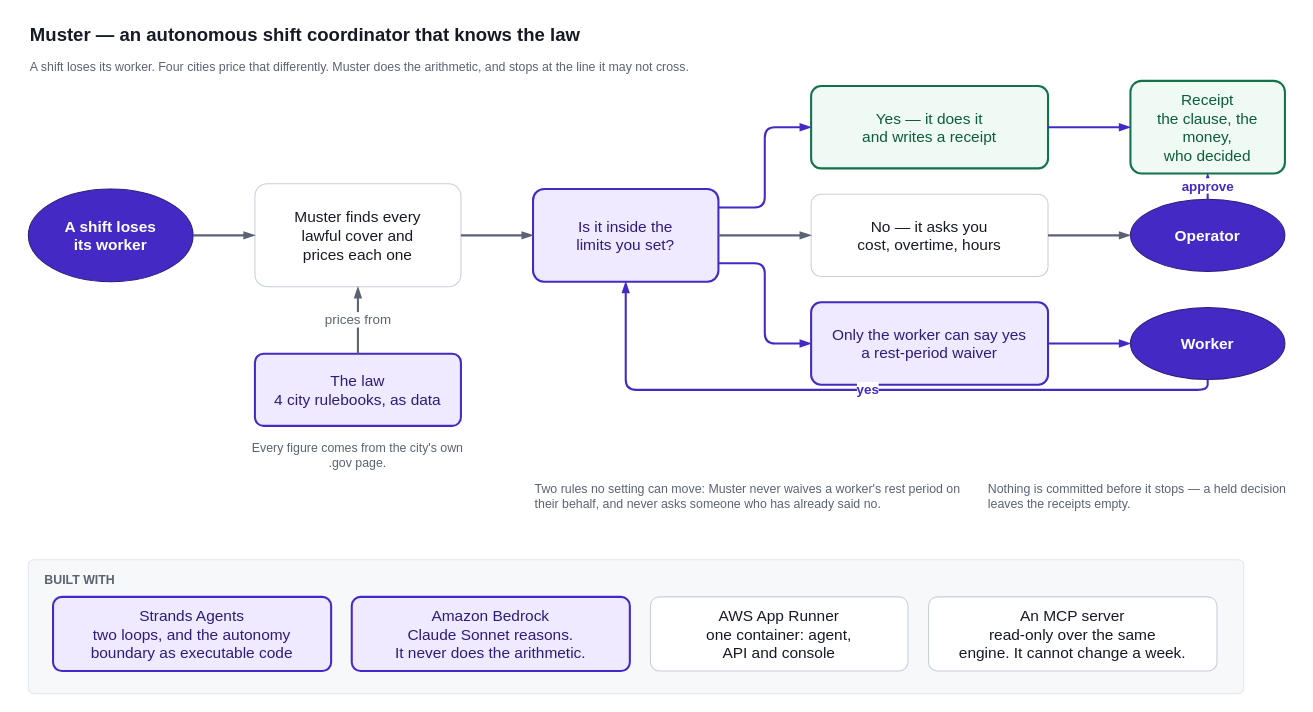
Before: page "How it works" (1 of 2) of docs/diagrams/muster-architecture.drawio in smithadams0019/muster, a draw.io diagram. Source tidied: cells renumbered, new cells numbered last; positions are measured from the earlier drawing's top-left corner, leaving out a move shared by most shapes. Both pictures are drawn from the tidied source at 103%, with x=0, y=0 at pixel (28, 18).
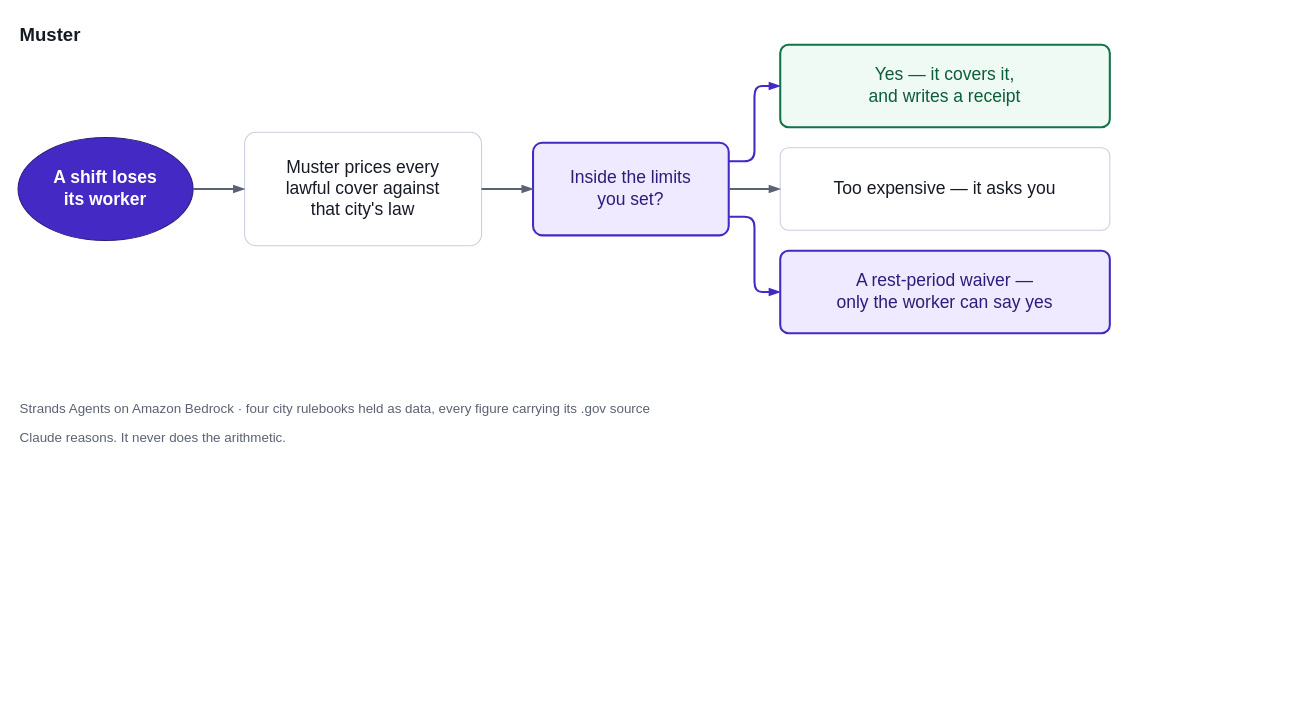
The same diagram, later.

Commit message (it also covers changes not shown here):
docs(muster): cut the architecture page to six boxes

The edit, as a diff of the source:
```diff
@@
-    <mxCell id="2" value="Muster — an autonomous shift coordinator that knows the law" style="text;html=1;whiteSpace=wrap;align=left;verticalAlign=middle;fontSize=18;fontStyle=1;fontColor=#161a25;" parent="1" vertex="1">
-      <mxGeometry width="900" height="34" as="geometry" />
+    <mxCell id="2" value="Muster" style="text;html=1;whiteSpace=wrap;align=left;verticalAlign=middle;fontSize=18;fontStyle=1;fontColor=#161a25;" parent="1" vertex="1">
+      <mxGeometry x="-10" width="300" height="34" as="geometry" />
     </mxCell>
-    <mxCell id="3" value="A shift loses its worker. Four cities price that differently. Muster does the arithmetic, and stops at the line it may not cross." style="text;html=1;whiteSpace=wrap;align=left;verticalAlign=top;fontSize=12;fontColor=#5a6273;" parent="1" vertex="1">
-      <mxGeometry y="34" width="900" height="24" as="geometry" />
-    </mxCell>
-    <mxCell id="4" value="A shift loses&lt;br&gt;its worker" style="ellipse;whiteSpace=wrap;html=1;fillColor=#4429c4;strokeColor=#2f1b7a;fontSize=15;fontColor=#ffffff;fontStyle=1;" parent="1" vertex="1">
-      <mxGeometry y="166" width="160" height="90" as="geometry" />
+    <mxCell id="4" value="A shift loses&lt;br&gt;its worker" style="ellipse;whiteSpace=wrap;html=1;fillColor=#4429c4;strokeColor=#2f1b7a;fontSize=17;fontColor=#ffffff;fontStyle=1;" parent="1" vertex="1">
+      <mxGeometry x="-10" y="116" width="170" height="100" as="geometry" />
     </mxCell>
-    <mxCell id="5" value="Muster finds every&lt;br&gt;lawful cover and&lt;br&gt;prices each one" style="rounded=1;whiteSpace=wrap;html=1;fillColor=#ffffff;strokeColor=#c9cede;fontSize=15;fontColor=#161a25;arcSize=12;spacing=10;" parent="1" vertex="1">
-      <mxGeometry x="220" y="161" width="200" height="100" as="geometry" />
+    <mxCell id="5" value="Muster prices every&lt;br&gt;lawful cover against&lt;br&gt;that city's law" style="rounded=1;whiteSpace=wrap;html=1;fillColor=#ffffff;strokeColor=#c9cede;fontSize=17;fontColor=#161a25;arcSize=10;spacing=12;" parent="1" vertex="1">
+      <mxGeometry x="210" y="111" width="230" height="110" as="geometry" />
     </mxCell>
-    <mxCell id="6" value="The law&lt;br&gt;4 city rulebooks, as data" style="rounded=1;whiteSpace=wrap;html=1;fillColor=#efeaff;strokeColor=#4429c4;strokeWidth=2;fontSize=15;fontColor=#2f1b7a;arcSize=12;spacing=10;" parent="1" vertex="1">
-      <mxGeometry x="220" y="326" width="200" height="70" as="geometry" />
+    <mxCell id="6" value="Inside the limits&lt;br&gt;you set?" style="rounded=1;whiteSpace=wrap;html=1;fillColor=#efeaff;strokeColor=#4429c4;strokeWidth=2;fontSize=17;fontColor=#2f1b7a;arcSize=10;spacing=12;" parent="1" vertex="1">
+      <mxGeometry x="490" y="121" width="190" height="90" as="geometry" />
     </mxCell>
-    <mxCell id="7" value="Is it inside the&lt;br&gt;limits you set?" style="rounded=1;whiteSpace=wrap;html=1;fillColor=#efeaff;strokeColor=#4429c4;strokeWidth=2;fontSize=15;fontColor=#2f1b7a;arcSize=12;spacing=10;" parent="1" vertex="1">
-      <mxGeometry x="490" y="166" width="180" height="90" as="geometry" />
-    </mxCell>
-    <mxCell id="8" value="Yes — it does it&lt;br&gt;and writes a receipt" style="rounded=1;whiteSpace=wrap;html=1;fillColor=#eefaf3;strokeColor=#12734a;strokeWidth=2;fontSize=15;fontColor=#0d5c3a;arcSize=12;spacing=10;" parent="1" vertex="1">
-      <mxGeometry x="760" y="66" width="230" height="80" as="geometry" />
+    <mxCell id="8" value="Yes — it covers it,&lt;br&gt;and writes a receipt" style="rounded=1;whiteSpace=wrap;html=1;fillColor=#eefaf3;strokeColor=#12734a;strokeWidth=2;fontSize=17;fontColor=#0d5c3a;arcSize=10;spacing=12;" parent="1" vertex="1">
+      <mxGeometry x="730" y="26" width="320" height="80" as="geometry" />
     </mxCell>
-    <mxCell id="9" value="No — it asks you&lt;br&gt;cost, overtime, hours" style="rounded=1;whiteSpace=wrap;html=1;fillColor=#ffffff;strokeColor=#c9cede;fontSize=15;fontColor=#161a25;arcSize=12;spacing=10;" parent="1" vertex="1">
-      <mxGeometry x="760" y="171" width="230" height="80" as="geometry" />
+    <mxCell id="9" value="Too expensive — it asks you" style="rounded=1;whiteSpace=wrap;html=1;fillColor=#ffffff;strokeColor=#c9cede;fontSize=17;fontColor=#161a25;arcSize=10;spacing=12;" parent="1" vertex="1">
+      <mxGeometry x="730" y="126" width="320" height="80" as="geometry" />
     </mxCell>
-    <mxCell id="10" value="Only the worker can say yes&lt;br&gt;a rest-period waiver" style="rounded=1;whiteSpace=wrap;html=1;fillColor=#efeaff;strokeColor=#4429c4;strokeWidth=2;fontSize=15;fontColor=#2f1b7a;arcSize=12;spacing=10;" parent="1" vertex="1">
-      <mxGeometry x="760" y="276" width="230" height="80" as="geometry" />
+    <mxCell id="10" value="A rest-period waiver —&lt;br&gt;only the worker can say yes" style="rounded=1;whiteSpace=wrap;html=1;fillColor=#efeaff;strokeColor=#4429c4;strokeWidth=2;fontSize=17;fontColor=#2f1b7a;arcSize=10;spacing=12;" parent="1" vertex="1">
+      <mxGeometry x="730" y="226" width="320" height="80" as="geometry" />
     </mxCell>
-    <mxCell id="11" value="Operator" style="ellipse;whiteSpace=wrap;html=1;fillColor=#4429c4;strokeColor=#2f1b7a;fontSize=15;fontColor=#ffffff;fontStyle=1;" parent="1" vertex="1">
-      <mxGeometry x="1070" y="176" width="150" height="70" as="geometry" />
-    </mxCell>
-    <mxCell id="12" value="Worker" style="ellipse;whiteSpace=wrap;html=1;fillColor=#4429c4;strokeColor=#2f1b7a;fontSize=15;fontColor=#ffffff;fontStyle=1;" parent="1" vertex="1">
-      <mxGeometry x="1070" y="281" width="150" height="70" as="geometry" />
-    </mxCell>
-    <mxCell id="13" value="Receipt&lt;br&gt;the clause, the money,&lt;br&gt;who decided" style="rounded=1;whiteSpace=wrap;html=1;fillColor=#eefaf3;strokeColor=#12734a;strokeWidth=2;fontSize=15;fontColor=#0d5c3a;arcSize=12;spacing=10;" parent="1" vertex="1">
-      <mxGeometry x="1070" y="61" width="150" height="90" as="geometry" />
-    </mxCell>
-    <mxCell id="14" value="Every figure comes from the city's own .gov page." style="text;html=1;whiteSpace=wrap;align=center;verticalAlign=top;fontSize=12;fontColor=#5a6273;" parent="1" vertex="1">
-      <mxGeometry x="210" y="404" width="220" height="40" as="geometry" />
-    </mxCell>
-    <mxCell id="15" value="Two rules no setting can move: Muster never waives a worker's rest period on their behalf, and never asks someone who has already said no." style="text;html=1;whiteSpace=wrap;align=left;verticalAlign=top;fontSize=12;fontColor=#5a6273;" parent="1" vertex="1">
-      <mxGeometry x="490" y="444" width="420" height="44" as="geometry" />
-    </mxCell>
-    <mxCell id="16" value="Nothing is committed before it stops — a held decision leaves the receipts empty." style="text;html=1;whiteSpace=wrap;align=left;verticalAlign=top;fontSize=12;fontColor=#5a6273;" parent="1" vertex="1">
-      <mxGeometry x="930" y="444" width="300" height="44" as="geometry" />
-    </mxCell>
-    <mxCell id="17" value="BUILT WITH" style="rounded=1;whiteSpace=wrap;html=1;fillColor=#f7f8fa;strokeColor=#e3e6ec;verticalAlign=top;align=left;spacingLeft=14;spacingTop=6;fontSize=12;fontStyle=1;fontColor=#5a6273;arcSize=4;" parent="1" vertex="1">
-      <mxGeometry y="526" width="1180" height="130" as="geometry" />
-    </mxCell>
-    <mxCell id="18" value="Strands Agents&lt;br&gt;two loops, and the autonomy&lt;br&gt;boundary as executable code" style="rounded=1;whiteSpace=wrap;html=1;fillColor=#efeaff;strokeColor=#4429c4;strokeWidth=2;fontSize=15;fontColor=#2f1b7a;arcSize=12;spacing=10;" parent="1" vertex="1">
-      <mxGeometry x="24" y="562" width="270" height="72" as="geometry" />
-    </mxCell>
-    <mxCell id="19" value="Amazon Bedrock&lt;br&gt;Claude Sonnet reasons.&lt;br&gt;It never does the arithmetic." style="rounded=1;whiteSpace=wrap;html=1;fillColor=#efeaff;strokeColor=#4429c4;strokeWidth=2;fontSize=15;fontColor=#2f1b7a;arcSize=12;spacing=10;" parent="1" vertex="1">
-      <mxGeometry x="314" y="562" width="270" height="72" as="geometry" />
-    </mxCell>
-    <mxCell id="20" value="AWS App Runner&lt;br&gt;one container: agent,&lt;br&gt;API and console" style="rounded=1;whiteSpace=wrap;html=1;fillColor=#ffffff;strokeColor=#c9cede;fontSize=15;fontColor=#161a25;arcSize=12;spacing=10;" parent="1" vertex="1">
-      <mxGeometry x="604" y="562" width="250" height="72" as="geometry" />
-    </mxCell>
-    <mxCell id="21" value="An MCP server&lt;br&gt;read-only over the same&lt;br&gt;engine. It cannot change a week." style="rounded=1;whiteSpace=wrap;html=1;fillColor=#ffffff;strokeColor=#c9cede;fontSize=15;fontColor=#161a25;arcSize=12;spacing=10;" parent="1" vertex="1">
-      <mxGeometry x="874" y="562" width="280" height="72" as="geometry" />
-    </mxCell>
+    <mxCell id="33" value="Strands Agents on Amazon Bedrock  ·  four city rulebooks held as data, every figure carrying its .gov source" style="text;html=1;whiteSpace=wrap;align=left;verticalAlign=middle;fontSize=13;fontColor=#5a6273;" parent="1" vertex="1">
+      <mxGeometry x="-10" y="366" width="1060" height="26" as="geometry" />
+    </mxCell>
+    <mxCell id="34" value="Claude reasons. It never does the arithmetic." style="text;html=1;whiteSpace=wrap;align=left;verticalAlign=middle;fontSize=13;fontColor=#5a6273;" parent="1" vertex="1">
+      <mxGeometry x="-10" y="394" width="1060" height="26" as="geometry" />
+    </mxCell>
-    <mxCell id="22" style="edgeStyle=orthogonalEdgeStyle;rounded=1;html=1;strokeColor=#5a6273;strokeWidth=2;fontSize=13;fontColor=#5a6273;endArrow=blockThin;endFill=1;labelBackgroundColor=#ffffff;" parent="1" edge="1" source="4" target="5">
+    <mxCell id="22" style="edgeStyle=orthogonalEdgeStyle;rounded=1;html=1;strokeColor=#5a6273;strokeWidth=2;fontSize=14;fontColor=#5a6273;endArrow=blockThin;endFill=1;labelBackgroundColor=#ffffff;" parent="1" edge="1" source="4" target="5">
       <mxGeometry relative="1" as="geometry" />
     </mxCell>
-    <mxCell id="23" value="prices from" style="edgeStyle=orthogonalEdgeStyle;rounded=1;html=1;strokeColor=#5a6273;strokeWidth=2;fontSize=13;fontColor=#5a6273;endArrow=blockThin;endFill=1;labelBackgroundColor=#ffffff;" parent="1" edge="1" source="6" target="5">
+    <mxCell id="23" style="edgeStyle=orthogonalEdgeStyle;rounded=1;html=1;strokeColor=#5a6273;strokeWidth=2;fontSize=14;fontColor=#5a6273;endArrow=blockThin;endFill=1;labelBackgroundColor=#ffffff;" parent="1" edge="1" source="5" target="6">
       <mxGeometry relative="1" as="geometry" />
     </mxCell>
-    <mxCell id="24" style="edgeStyle=orthogonalEdgeStyle;rounded=1;html=1;strokeColor=#5a6273;strokeWidth=2;fontSize=13;fontColor=#5a6273;endArrow=blockThin;endFill=1;labelBackgroundColor=#ffffff;" parent="1" edge="1" source="5" target="7">
+    <mxCell id="24" style="edgeStyle=orthogonalEdgeStyle;rounded=1;html=1;strokeColor=#4429c4;strokeWidth=2;fontSize=14;fontColor=#4429c4;fontStyle=1;endArrow=blockThin;endFill=1;labelBackgroundColor=#ffffff;exitX=1;exitY=0.2;exitDx=0;exitDy=0;entryX=0;entryY=0.5;entryDx=0;entryDy=0;" parent="1" edge="1" source="6" target="8">
       <mxGeometry relative="1" as="geometry" />
     </mxCell>
-    <mxCell id="25" style="edgeStyle=orthogonalEdgeStyle;rounded=1;html=1;strokeColor=#4429c4;strokeWidth=2;fontSize=13;fontColor=#4429c4;endArrow=blockThin;endFill=1;labelBackgroundColor=#ffffff;fontStyle=1;exitX=1;exitY=0.2;exitDx=0;exitDy=0;entryX=0;entryY=0.5;entryDx=0;entryDy=0;" parent="1" edge="1" source="7" target="8">
+    <mxCell id="25" style="edgeStyle=orthogonalEdgeStyle;rounded=1;html=1;strokeColor=#5a6273;strokeWidth=2;fontSize=14;fontColor=#5a6273;endArrow=blockThin;endFill=1;labelBackgroundColor=#ffffff;exitX=1;exitY=0.5;exitDx=0;exitDy=0;entryX=0;entryY=0.5;entryDx=0;entryDy=0;" parent="1" edge="1" source="6" target="9">
       <mxGeometry relative="1" as="geometry" />
     </mxCell>
-    <mxCell id="26" style="edgeStyle=orthogonalEdgeStyle;rounded=1;html=1;strokeColor=#5a6273;strokeWidth=2;fontSize=13;fontColor=#5a6273;endArrow=blockThin;endFill=1;labelBackgroundColor=#ffffff;exitX=1;exitY=0.5;exitDx=0;exitDy=0;entryX=0;entryY=0.5;entryDx=0;entryDy=0;" parent="1" edge="1" source="7" target="9">
+    <mxCell id="26" style="edgeStyle=orthogonalEdgeStyle;rounded=1;html=1;strokeColor=#4429c4;strokeWidth=2;fontSize=14;fontColor=#4429c4;fontStyle=1;endArrow=blockThin;endFill=1;labelBackgroundColor=#ffffff;exitX=1;exitY=0.8;exitDx=0;exitDy=0;entryX=0;entryY=0.5;entryDx=0;entryDy=0;" parent="1" edge="1" source="6" target="10">
       <mxGeometry relative="1" as="geometry" />
     </mxCell>
-    <mxCell id="27" style="edgeStyle=orthogonalEdgeStyle;rounded=1;html=1;strokeColor=#4429c4;strokeWidth=2;fontSize=13;fontColor=#4429c4;endArrow=blockThin;endFill=1;labelBackgroundColor=#ffffff;fontStyle=1;exitX=1;exitY=0.8;exitDx=0;exitDy=0;entryX=0;entryY=0.5;entryDx=0;entryDy=0;" parent="1" edge="1" source="7" target="10">
-      <mxGeometry relative="1" as="geometry" />
-    </mxCell>
-    <mxCell id="28" style="edgeStyle=orthogonalEdgeStyle;rounded=1;html=1;strokeColor=#4429c4;strokeWidth=2;fontSize=13;fontColor=#4429c4;endArrow=blockThin;endFill=1;labelBackgroundColor=#ffffff;fontStyle=1;exitX=1;exitY=0.5;exitDx=0;exitDy=0;entryX=0;entryY=0.5;entryDx=0;entryDy=0;" parent="1" edge="1" source="8" target="13">
-      <mxGeometry relative="1" as="geometry" />
-    </mxCell>
-    <mxCell id="29" style="edgeStyle=orthogonalEdgeStyle;rounded=1;html=1;strokeColor=#5a6273;strokeWidth=2;fontSize=13;fontColor=#5a6273;endArrow=blockThin;endFill=1;labelBackgroundColor=#ffffff;exitX=1;exitY=0.5;exitDx=0;exitDy=0;entryX=0;entryY=0.5;entryDx=0;entryDy=0;" parent="1" edge="1" source="9" target="11">
-      <mxGeometry relative="1" as="geometry" />
-    </mxCell>
-    <mxCell id="30" style="edgeStyle=orthogonalEdgeStyle;rounded=1;html=1;strokeColor=#4429c4;strokeWidth=2;fontSize=13;fontColor=#4429c4;endArrow=blockThin;endFill=1;labelBackgroundColor=#ffffff;fontStyle=1;exitX=1;exitY=0.5;exitDx=0;exitDy=0;entryX=0;entryY=0.5;entryDx=0;entryDy=0;" parent="1" edge="1" source="10" target="12">
-      <mxGeometry relative="1" as="geometry" />
-    </mxCell>
-    <mxCell id="31" value="approve" style="edgeStyle=orthogonalEdgeStyle;rounded=1;html=1;strokeColor=#4429c4;strokeWidth=2;fontSize=13;fontColor=#4429c4;endArrow=blockThin;endFill=1;labelBackgroundColor=#ffffff;fontStyle=1;exitX=0.5;exitY=0;exitDx=0;exitDy=0;entryX=0.5;entryY=1;entryDx=0;entryDy=0;" parent="1" edge="1" source="11" target="13">
-      <mxGeometry relative="1" as="geometry" />
-    </mxCell>
-    <mxCell id="32" value="yes" style="edgeStyle=orthogonalEdgeStyle;rounded=1;html=1;strokeColor=#4429c4;strokeWidth=2;fontSize=13;fontColor=#4429c4;endArrow=blockThin;endFill=1;labelBackgroundColor=#ffffff;fontStyle=1;exitX=0.5;exitY=1;exitDx=0;exitDy=0;entryX=0.5;entryY=1;entryDx=0;entryDy=0;" parent="1" edge="1" source="12" target="7">
-      <mxGeometry relative="1" as="geometry" />
-    </mxCell>
```
